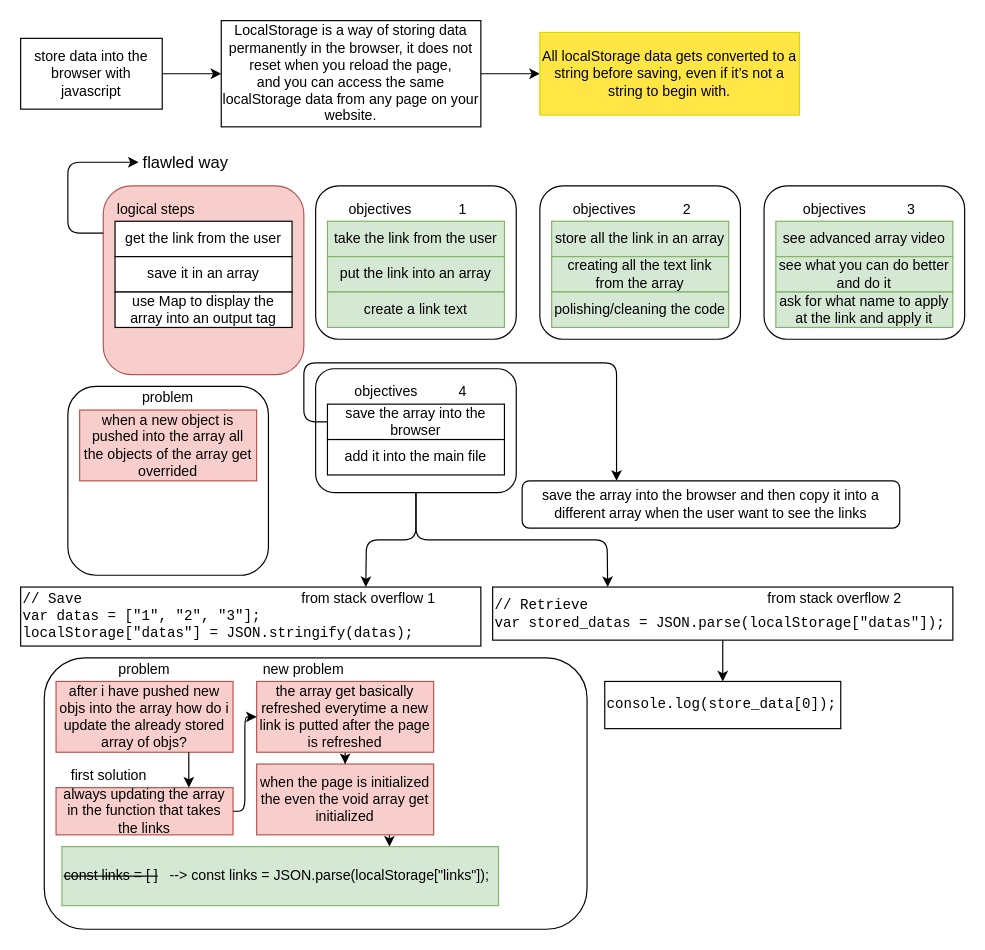
Earlier version of the draw.io diagram data_storage.drawio (gabrieleboccarusso/startpage). Source tidied: cells renumbered, new cells numbered last; positions are measured from the earlier drawing's top-left corner, leaving out a move shared by most shapes. Both pictures are drawn from the tidied source at 118%, with x=0, y=0 at pixel (20, 20).
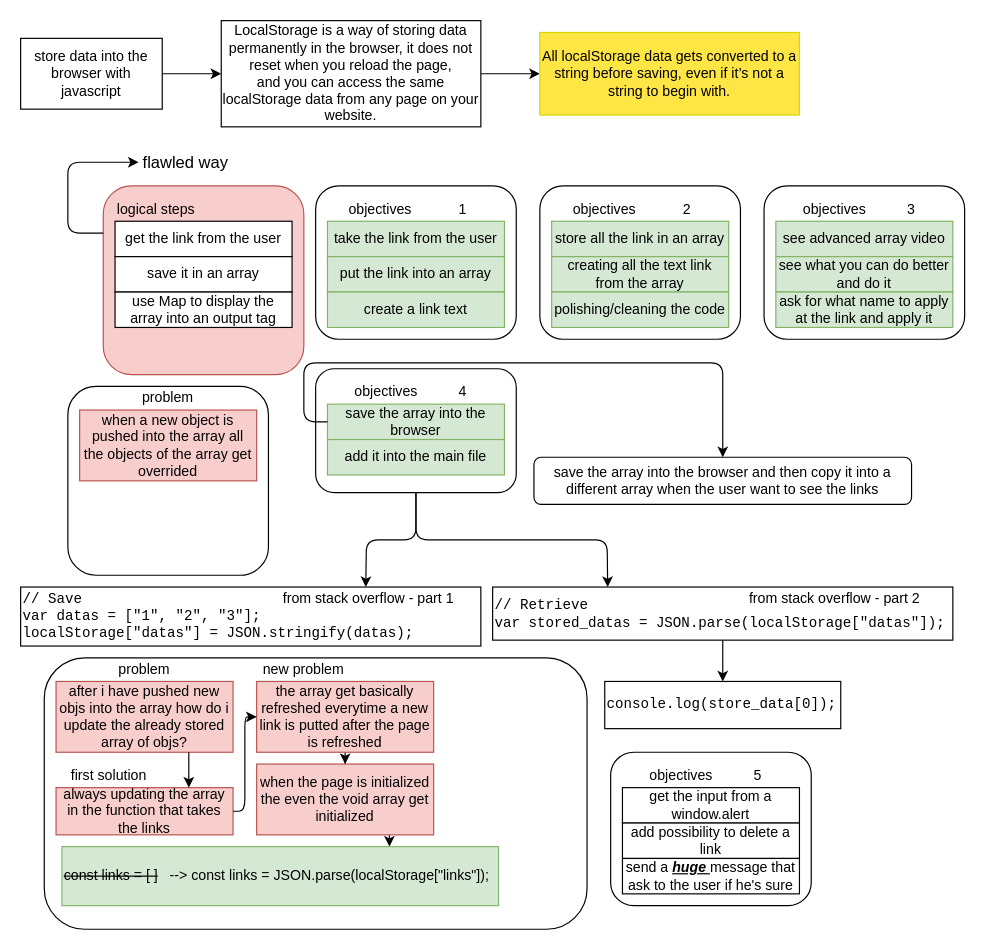
The same diagram, later.

Commit message (it also covers changes not shown here):
implemented first version of cleint side storage

Change to the diagram source:
```diff
@@
-    <mxCell id="35" value="save the array into the browser" style="rounded=0;whiteSpace=wrap;html=1;" parent="1" vertex="1">
+    <mxCell id="35" value="save the array into the browser" style="rounded=0;whiteSpace=wrap;html=1;fillColor=#d5e8d4;strokeColor=#82b366;" parent="1" vertex="1">
       <mxGeometry x="260" y="325" width="150" height="30" as="geometry" />
     </mxCell>
@@
-    <mxCell id="39" value="add it into the main file" style="rounded=0;whiteSpace=wrap;html=1;" parent="1" vertex="1">
+    <mxCell id="39" value="add it into the main file" style="rounded=0;whiteSpace=wrap;html=1;fillColor=#d5e8d4;strokeColor=#82b366;" parent="1" vertex="1">
       <mxGeometry x="260" y="355" width="150" height="30" as="geometry" />
     </mxCell>
@@
-    <mxCell id="43" value="from stack overflow 1" style="text;html=1;strokeColor=none;fillColor=none;align=center;verticalAlign=middle;whiteSpace=wrap;rounded=0;" parent="1" vertex="1">
+    <mxCell id="43" value="from stack overflow - part 1" style="text;html=1;strokeColor=none;fillColor=none;align=center;verticalAlign=middle;whiteSpace=wrap;rounded=0;" parent="1" vertex="1">
       <mxGeometry x="200" y="480" width="190" height="20" as="geometry" />
     </mxCell>
-    <mxCell id="44" value="from stack overflow 2" style="text;html=1;strokeColor=none;fillColor=none;align=center;verticalAlign=middle;whiteSpace=wrap;rounded=0;" parent="1" vertex="1">
+    <mxCell id="44" value="from stack overflow - part 2" style="text;html=1;strokeColor=none;fillColor=none;align=center;verticalAlign=middle;whiteSpace=wrap;rounded=0;" parent="1" vertex="1">
       <mxGeometry x="595" y="480" width="190" height="20" as="geometry" />
     </mxCell>
@@
     <mxCell id="48" value="save the array into the browser and then copy it into a different array when the user want to see the links" style="rounded=1;whiteSpace=wrap;html=1;" parent="1" vertex="1">
-      <mxGeometry x="425" y="390" width="320" height="40" as="geometry" />
+      <mxGeometry x="435" y="370" width="320" height="40" as="geometry" />
     </mxCell>
-    <mxCell id="49" style="edgeStyle=orthogonalEdgeStyle;rounded=1;jettySize=auto;html=1;entryX=0.25;entryY=0;entryDx=0;entryDy=0;exitX=0;exitY=0.5;exitDx=0;exitDy=0;" parent="1" edge="1" source="35" target="48">
+    <mxCell id="49" style="edgeStyle=orthogonalEdgeStyle;rounded=1;jettySize=auto;html=1;entryX=0.5;entryY=0;entryDx=0;entryDy=0;exitX=0;exitY=0.5;exitDx=0;exitDy=0;" parent="1" edge="1" source="35" target="48">
       <mxGeometry relative="1" as="geometry">
         <Array as="points">
           <mxPoint x="240" y="340" />
           <mxPoint x="240" y="290" />
-          <mxPoint x="505" y="290" />
+          <mxPoint x="595" y="290" />
         </Array>
       </mxGeometry>
     </mxCell>
@@
+    <mxCell id="63" style="rounded=1;whiteSpace=wrap;html=1;" parent="1" vertex="1">
+      <mxGeometry x="500" y="620" width="170" height="130" as="geometry" />
+    </mxCell>
+    <mxCell id="64" value="objectives" style="text;html=1;strokeColor=none;fillColor=none;align=center;verticalAlign=middle;whiteSpace=wrap;rounded=0;" parent="1" vertex="1">
+      <mxGeometry x="520" y="630" width="80" height="20" as="geometry" />
+    </mxCell>
+    <mxCell id="65" value="get the input from a window.alert" style="rounded=0;whiteSpace=wrap;html=1;" parent="1" vertex="1">
+      <mxGeometry x="510" y="650" width="150" height="30" as="geometry" />
+    </mxCell>
+    <mxCell id="66" value="5" style="text;html=1;strokeColor=none;fillColor=none;align=center;verticalAlign=middle;whiteSpace=wrap;rounded=0;" parent="1" vertex="1">
+      <mxGeometry x="590" y="630" width="70" height="20" as="geometry" />
+    </mxCell>
+    <mxCell id="67" value="add possibility to delete a link" style="rounded=0;whiteSpace=wrap;html=1;" parent="1" vertex="1">
+      <mxGeometry x="510" y="680" width="150" height="30" as="geometry" />
+    </mxCell>
+    <mxCell id="68" value="send a &lt;b&gt;&lt;u&gt;&lt;i&gt;huge &lt;/i&gt;&lt;/u&gt;&lt;/b&gt;message that ask to the user if he's sure" style="rounded=0;whiteSpace=wrap;html=1;" parent="1" vertex="1">
+      <mxGeometry x="510" y="710" width="150" height="30" as="geometry" />
+    </mxCell>
```
